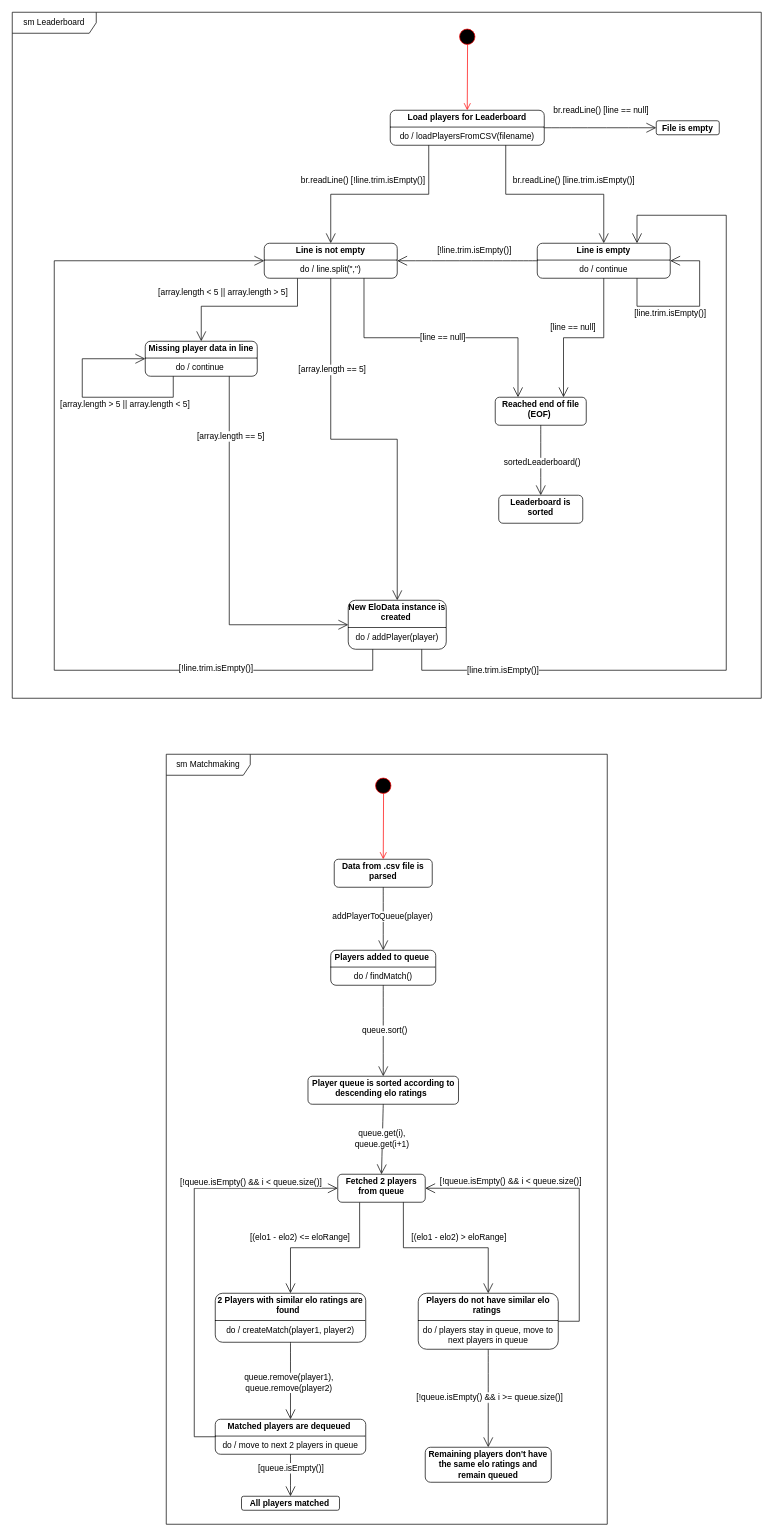
The draw.io diagram State Machine diagrams/state_machine.drawio in aeMyst/Minigame-Portal, before the edit. Source tidied: cells renumbered, new cells numbered last; positions are measured from the earlier drawing's top-left corner, leaving out a move shared by most shapes. Both pictures are drawn from the tidied source at 70%, with x=0, y=0 at pixel (12, 12).
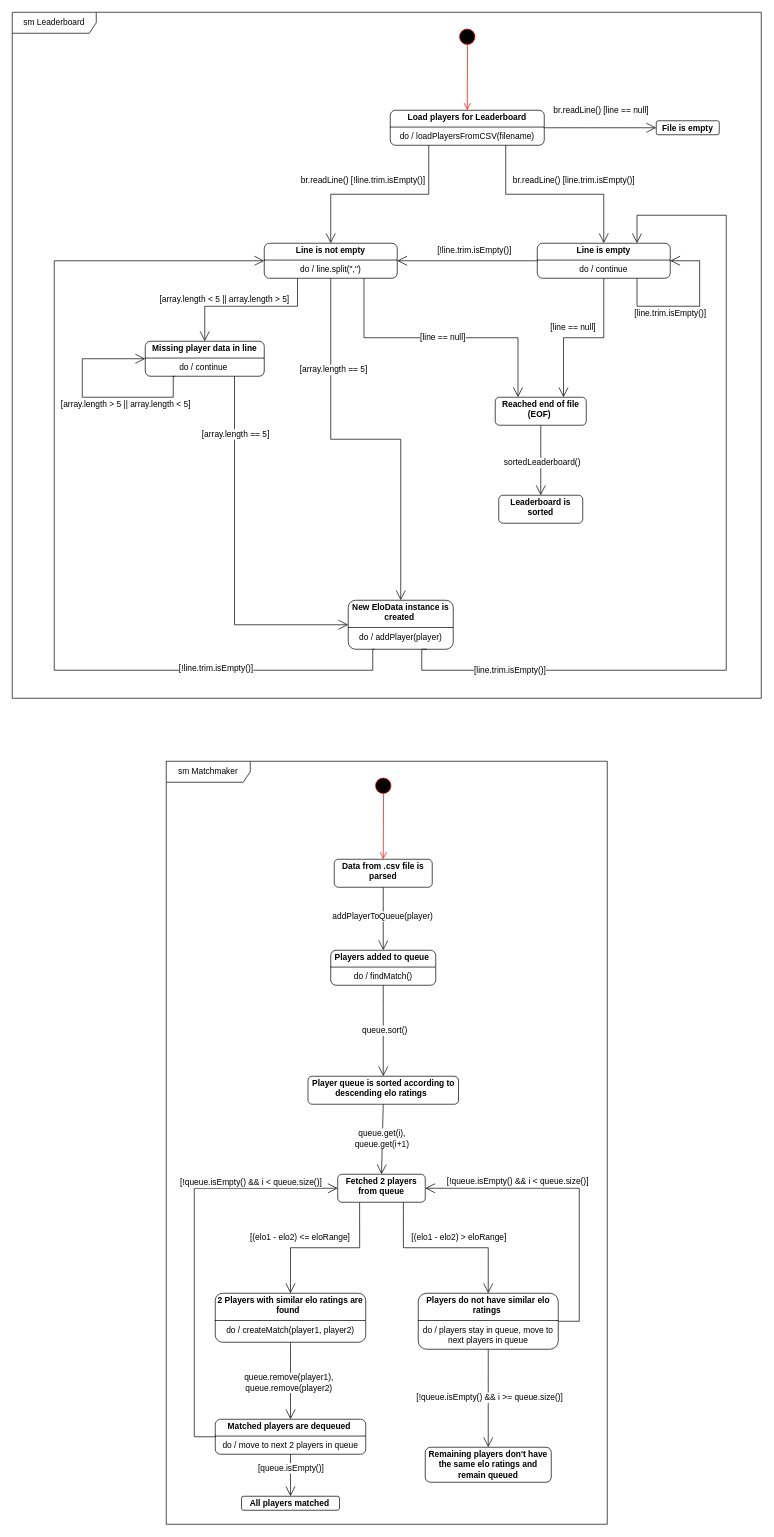
Above is the later version.

Commit message (it also covers changes not shown here):
minor changes to both state machine diagrams

Unchanged cells that the change refers to:
```xml
<mxCell id="9" value="&lt;p style=&quot;margin:0px;margin-top:4px;text-align:center;&quot;&gt;&lt;b&gt;Line is not empty&lt;/b&gt;&lt;/p&gt;&lt;hr size=&quot;1&quot; style=&quot;border-style:solid;&quot;&gt;&lt;div style=&quot;height:2px;&quot;&gt;do / line.split(&quot;,&quot;)&lt;/div&gt;" style="verticalAlign=middle;align=middle;overflow=fill;html=1;whiteSpace=wrap;rounded=1;" parent="1" vertex="1">
  <mxGeometry x="360" y="330" width="190" height="50" as="geometry" />
</mxCell>
<mxCell id="31" style="endArrow=open;endFill=1;endSize=12;html=1;rounded=0;fontSize=12;exitX=0.75;exitY=1;exitDx=0;exitDy=0;entryX=0.75;entryY=0;entryDx=0;entryDy=0;edgeStyle=orthogonalEdgeStyle;" parent="1" edge="1" source="14" target="11">
  <mxGeometry relative="1" as="geometry">
    <Array as="points">
      <mxPoint x="585" y="940" />
      <mxPoint x="1020" y="940" />
      <mxPoint x="1020" y="290" />
      <mxPoint x="892" y="290" />
    </Array>
  </mxGeometry>
</mxCell>
<mxCell id="64" style="endArrow=open;endFill=1;endSize=12;html=1;rounded=0;fontSize=12;exitX=1;exitY=0.5;exitDx=0;exitDy=0;entryX=1;entryY=0.5;entryDx=0;entryDy=0;edgeStyle=orthogonalEdgeStyle;" parent="1" edge="1" source="61" target="58">
  <mxGeometry relative="1" as="geometry">
    <Array as="points">
      <mxPoint x="810" y="1870" />
      <mxPoint x="810" y="1680" />
    </Array>
  </mxGeometry>
</mxCell>
```

Diff of the diagram source:
```diff
@@
     <mxCell id="7" style="endArrow=open;endFill=1;endSize=12;html=1;rounded=0;fontSize=12;exitX=0.25;exitY=1;exitDx=0;exitDy=0;entryX=0.5;entryY=0;entryDx=0;entryDy=0;edgeStyle=orthogonalEdgeStyle;" parent="1" edge="1" source="9" target="10">
       <mxGeometry relative="1" as="geometry">
         <Array as="points">
-          <mxPoint x="407" y="420" />
-          <mxPoint x="270" y="420" />
+          <mxPoint x="408" y="420" />
+          <mxPoint x="275" y="420" />
         </Array>
       </mxGeometry>
     </mxCell>
     <mxCell id="8" value="[array.length &amp;lt; 5 || array.length &amp;gt; 5]" style="edgeLabel;html=1;align=center;verticalAlign=middle;fontSize=12;" parent="7" vertex="1">
       <mxGeometry x="0.03" y="-3" relative="1" as="geometry">
-        <mxPoint x="-30" y="-17" as="offset" />
+        <mxPoint x="-30" y="-7" as="offset" />
       </mxGeometry>
     </mxCell>
@@
     <mxCell id="10" value="&lt;p style=&quot;margin:0px;margin-top:4px;text-align:center;&quot;&gt;&lt;b&gt;Missing player data in line&lt;/b&gt;&lt;/p&gt;&lt;hr size=&quot;1&quot; style=&quot;border-style:solid;&quot;&gt;&lt;div style=&quot;height:2px;&quot;&gt;do / continue&amp;nbsp;&lt;/div&gt;" style="verticalAlign=middle;align=middle;overflow=fill;html=1;whiteSpace=wrap;rounded=1;" parent="1" vertex="1">
-      <mxGeometry x="190" y="470" width="160" height="50" as="geometry" />
+      <mxGeometry x="190" y="470" width="170" height="50" as="geometry" />
     </mxCell>
@@
     <mxCell id="14" value="&lt;p style=&quot;margin:0px;margin-top:4px;text-align:center;&quot;&gt;&lt;b&gt;New EloData instance is created&amp;nbsp;&lt;/b&gt;&lt;/p&gt;&lt;hr size=&quot;1&quot; style=&quot;border-style:solid;&quot;&gt;&lt;div style=&quot;height:2px;&quot;&gt;do / addPlayer(player)&lt;/div&gt;" style="verticalAlign=middle;align=middle;overflow=fill;html=1;whiteSpace=wrap;rounded=1;" parent="1" vertex="1">
-      <mxGeometry x="480" y="840" width="140" height="70" as="geometry" />
+      <mxGeometry x="480" y="840" width="150" height="70" as="geometry" />
     </mxCell>
@@
     <mxCell id="32" value="[line.trim.isEmpty()]" style="edgeLabel;html=1;align=center;verticalAlign=middle;fontSize=12;" parent="31" vertex="1">
       <mxGeometry x="0.05" y="2" relative="1" as="geometry">
-        <mxPoint x="-318" y="207" as="offset" />
+        <mxPoint x="-308" y="204" as="offset" />
       </mxGeometry>
     </mxCell>
@@
     <mxCell id="65" value="[!queue.isEmpty() &amp;amp;&amp;amp; i &amp;lt; queue.size()]" style="edgeLabel;html=1;align=center;verticalAlign=middle;fontSize=12;" parent="64" vertex="1">
       <mxGeometry y="2" relative="1" as="geometry">
-        <mxPoint x="-99" y="-12" as="offset" />
+        <mxPoint x="-89" y="-12" as="offset" />
       </mxGeometry>
     </mxCell>
@@
-    <mxCell id="72" value="sm Matchmaking" style="shape=umlFrame;whiteSpace=wrap;html=1;width=120;height=30;" parent="1" vertex="1">
-      <mxGeometry x="220" y="1060" width="630" height="1100" as="geometry" />
+    <mxCell id="72" value="sm Matchmaker" style="shape=umlFrame;whiteSpace=wrap;html=1;width=120;height=30;" parent="1" vertex="1">
+      <mxGeometry x="220" y="1070" width="630" height="1090" as="geometry" />
     </mxCell>
```
